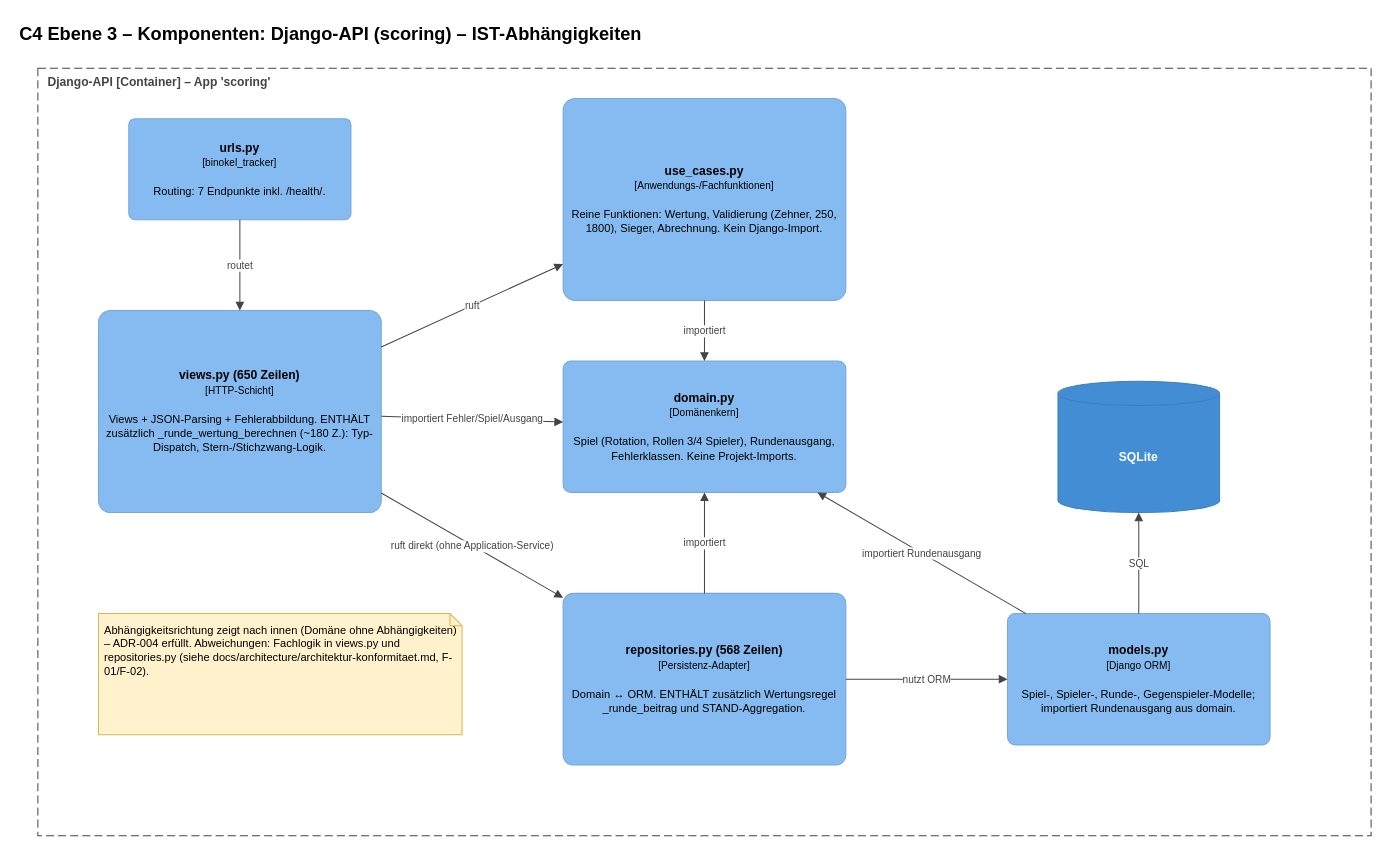
Above: docs/architecture/c4/c4-3-komponenten-backend.drawio in LarsBerberich/Binokel_Score_Tracker_BDD (draw.io), before the change. Source tidied: cells renumbered, new cells numbered last; positions are measured from the earlier drawing's top-left corner, leaving out a move shared by most shapes. Both pictures are drawn from the tidied source at 101%, with x=0, y=0 at pixel (17, 17).
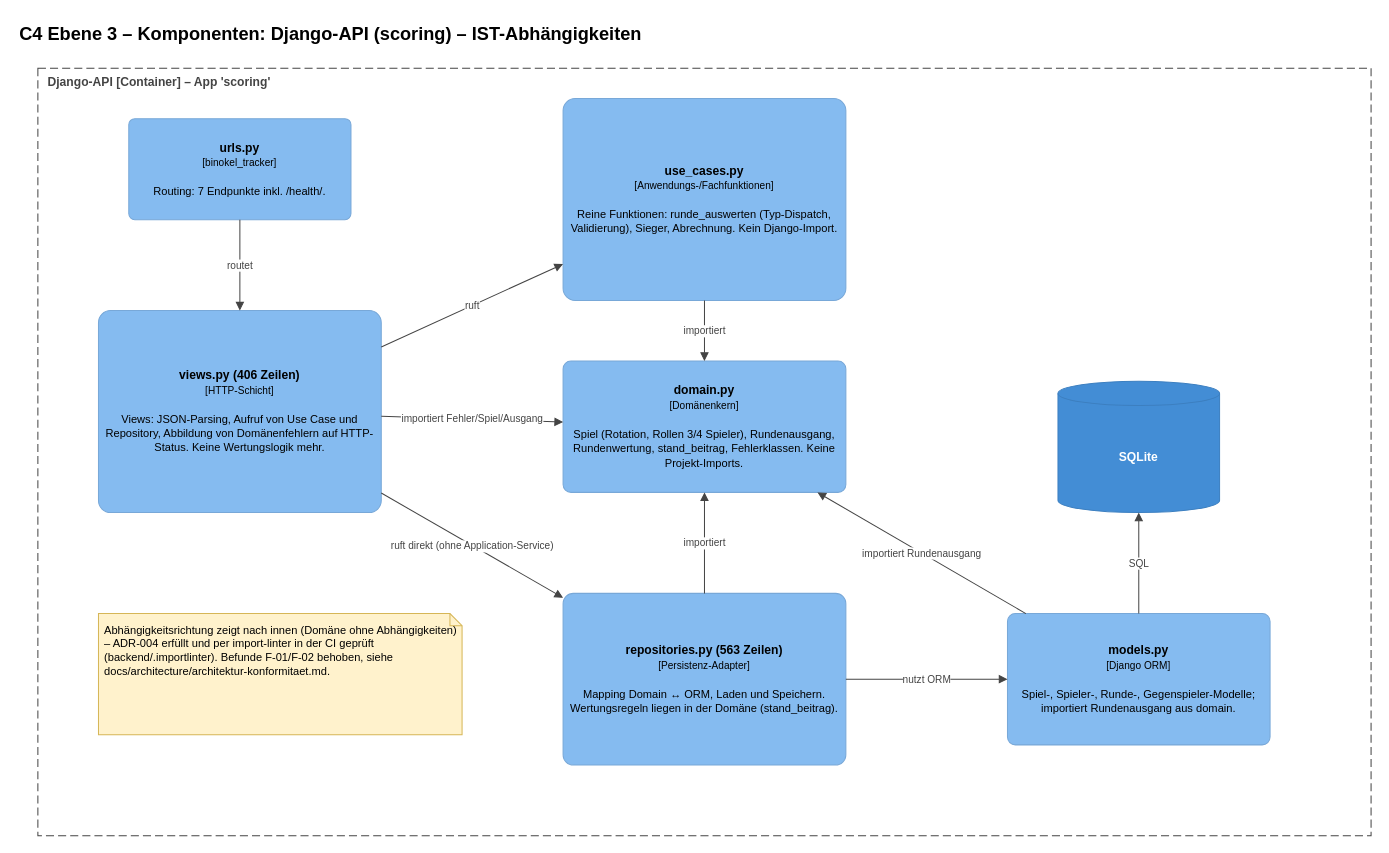
After the change.

Change to the diagram source:
```diff
@@
-    <mxCell id="5" value="&lt;b&gt;views.py (650 Zeilen)&lt;/b&gt;&lt;br&gt;&lt;font style='font-size:10px'&gt;[HTTP-Schicht]&lt;/font&gt;&lt;br&gt;&lt;br&gt;&lt;font style='font-size:11px'&gt;Views + JSON-Parsing + Fehlerabbildung. ENTHÄLT zusätzlich _runde_wertung_berechnen (~180 Z.): Typ-Dispatch, Stern-/Stichzwang-Logik.&lt;/font&gt;" style="rounded=1;whiteSpace=wrap;html=1;arcSize=6;fillColor=#85BBF0;strokeColor=#78A8D8;fontColor=#000000;align=center;verticalAlign=middle;" parent="1" vertex="1">
+    <mxCell id="5" value="&lt;b&gt;views.py (406 Zeilen)&lt;/b&gt;&lt;br&gt;&lt;font style='font-size:10px'&gt;[HTTP-Schicht]&lt;/font&gt;&lt;br&gt;&lt;br&gt;&lt;font style='font-size:11px'&gt;Views: JSON-Parsing, Aufruf von Use Case und Repository, Abbildung von Domänenfehlern auf HTTP-Status. Keine Wertungslogik mehr.&lt;/font&gt;" style="rounded=1;whiteSpace=wrap;html=1;arcSize=6;fillColor=#85BBF0;strokeColor=#78A8D8;fontColor=#000000;align=center;verticalAlign=middle;" parent="1" vertex="1">
       <mxGeometry x="80" y="290" width="280" height="200" as="geometry" />
     </mxCell>
-    <mxCell id="6" value="&lt;b&gt;use_cases.py&lt;/b&gt;&lt;br&gt;&lt;font style='font-size:10px'&gt;[Anwendungs-/Fachfunktionen]&lt;/font&gt;&lt;br&gt;&lt;br&gt;&lt;font style='font-size:11px'&gt;Reine Funktionen: Wertung, Validierung (Zehner, 250, 1800), Sieger, Abrechnung. Kein Django-Import.&lt;/font&gt;" style="rounded=1;whiteSpace=wrap;html=1;arcSize=6;fillColor=#85BBF0;strokeColor=#78A8D8;fontColor=#000000;align=center;verticalAlign=middle;" parent="1" vertex="1">
+    <mxCell id="6" value="&lt;b&gt;use_cases.py&lt;/b&gt;&lt;br&gt;&lt;font style='font-size:10px'&gt;[Anwendungs-/Fachfunktionen]&lt;/font&gt;&lt;br&gt;&lt;br&gt;&lt;font style='font-size:11px'&gt;Reine Funktionen: runde_auswerten (Typ-Dispatch, Validierung), Sieger, Abrechnung. Kein Django-Import.&lt;/font&gt;" style="rounded=1;whiteSpace=wrap;html=1;arcSize=6;fillColor=#85BBF0;strokeColor=#78A8D8;fontColor=#000000;align=center;verticalAlign=middle;" parent="1" vertex="1">
       <mxGeometry x="540" y="80" width="280" height="200" as="geometry" />
     </mxCell>
-    <mxCell id="7" value="&lt;b&gt;domain.py&lt;/b&gt;&lt;br&gt;&lt;font style='font-size:10px'&gt;[Domänenkern]&lt;/font&gt;&lt;br&gt;&lt;br&gt;&lt;font style='font-size:11px'&gt;Spiel (Rotation, Rollen 3/4 Spieler), Rundenausgang, Fehlerklassen. Keine Projekt-Imports.&lt;/font&gt;" style="rounded=1;whiteSpace=wrap;html=1;arcSize=6;fillColor=#85BBF0;strokeColor=#78A8D8;fontColor=#000000;align=center;verticalAlign=middle;" parent="1" vertex="1">
+    <mxCell id="7" value="&lt;b&gt;domain.py&lt;/b&gt;&lt;br&gt;&lt;font style='font-size:10px'&gt;[Domänenkern]&lt;/font&gt;&lt;br&gt;&lt;br&gt;&lt;font style='font-size:11px'&gt;Spiel (Rotation, Rollen 3/4 Spieler), Rundenausgang, Rundenwertung, stand_beitrag, Fehlerklassen. Keine Projekt-Imports.&lt;/font&gt;" style="rounded=1;whiteSpace=wrap;html=1;arcSize=6;fillColor=#85BBF0;strokeColor=#78A8D8;fontColor=#000000;align=center;verticalAlign=middle;" parent="1" vertex="1">
       <mxGeometry x="540" y="340" width="280" height="130" as="geometry" />
     </mxCell>
-    <mxCell id="8" value="&lt;b&gt;repositories.py (568 Zeilen)&lt;/b&gt;&lt;br&gt;&lt;font style='font-size:10px'&gt;[Persistenz-Adapter]&lt;/font&gt;&lt;br&gt;&lt;br&gt;&lt;font style='font-size:11px'&gt;Domain ↔ ORM. ENTHÄLT zusätzlich Wertungsregel _runde_beitrag und STAND-Aggregation.&lt;/font&gt;" style="rounded=1;whiteSpace=wrap;html=1;arcSize=6;fillColor=#85BBF0;strokeColor=#78A8D8;fontColor=#000000;align=center;verticalAlign=middle;" parent="1" vertex="1">
+    <mxCell id="8" value="&lt;b&gt;repositories.py (563 Zeilen)&lt;/b&gt;&lt;br&gt;&lt;font style='font-size:10px'&gt;[Persistenz-Adapter]&lt;/font&gt;&lt;br&gt;&lt;br&gt;&lt;font style='font-size:11px'&gt;Mapping Domain ↔ ORM, Laden und Speichern. Wertungsregeln liegen in der Domäne (stand_beitrag).&lt;/font&gt;" style="rounded=1;whiteSpace=wrap;html=1;arcSize=6;fillColor=#85BBF0;strokeColor=#78A8D8;fontColor=#000000;align=center;verticalAlign=middle;" parent="1" vertex="1">
       <mxGeometry x="540" y="570" width="280" height="170" as="geometry" />
     </mxCell>
@@
-    <mxCell id="20" value="Abhängigkeitsrichtung zeigt nach innen (Domäne ohne Abhängigkeiten) – ADR-004 erfüllt. Abweichungen: Fachlogik in views.py und repositories.py (siehe docs/architecture/architektur-konformitaet.md, F-01/F-02)." style="shape=note;whiteSpace=wrap;html=1;size=12;fillColor=#FFF2CC;strokeColor=#D6B656;align=left;verticalAlign=top;spacing=6;fontSize=11;" parent="1" vertex="1">
+    <mxCell id="20" value="Abhängigkeitsrichtung zeigt nach innen (Domäne ohne Abhängigkeiten) – ADR-004 erfüllt und per import-linter in der CI geprüft (backend/.importlinter). Befunde F-01/F-02 behoben, siehe docs/architecture/architektur-konformitaet.md." style="shape=note;whiteSpace=wrap;html=1;size=12;fillColor=#FFF2CC;strokeColor=#D6B656;align=left;verticalAlign=top;spacing=6;fontSize=11;" parent="1" vertex="1">
       <mxGeometry x="80" y="590" width="360" height="120" as="geometry" />
     </mxCell>
```
